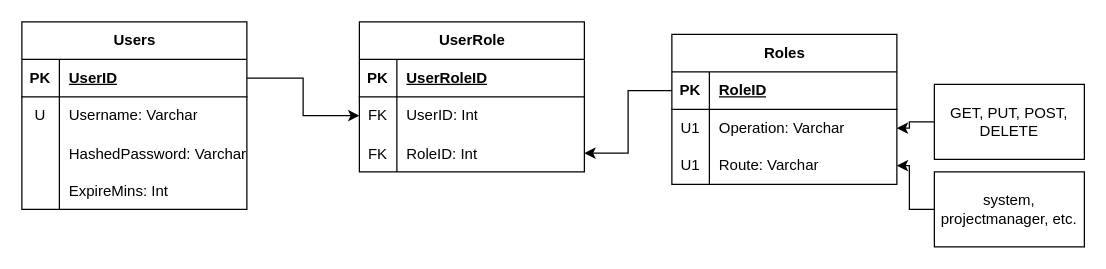
Above: Documentation/system.drawio in TheChar/SphereAPI (draw.io), before the change. Source tidied: cells renumbered, new cells numbered last; positions are measured from the earlier drawing's top-left corner, leaving out a move shared by most shapes. Both pictures are drawn from the tidied source at 125%, with x=0, y=0 at pixel (21, 21).
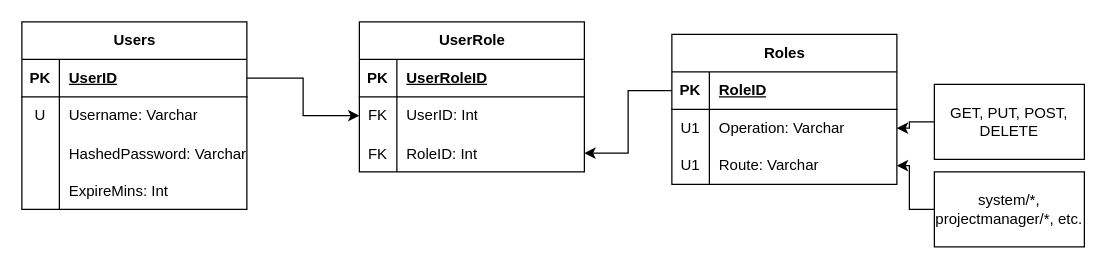
The same diagram, later.

Diff of the diagram source:
```diff
@@
-    <mxCell id="40" value="system, projectmanager, etc." style="rounded=0;whiteSpace=wrap;html=1;" parent="1" vertex="1">
+    <mxCell id="40" value="system/*, projectmanager/*, etc." style="rounded=0;whiteSpace=wrap;html=1;" parent="1" vertex="1">
       <mxGeometry x="730" y="120" width="120" height="60" as="geometry" />
     </mxCell>
```
